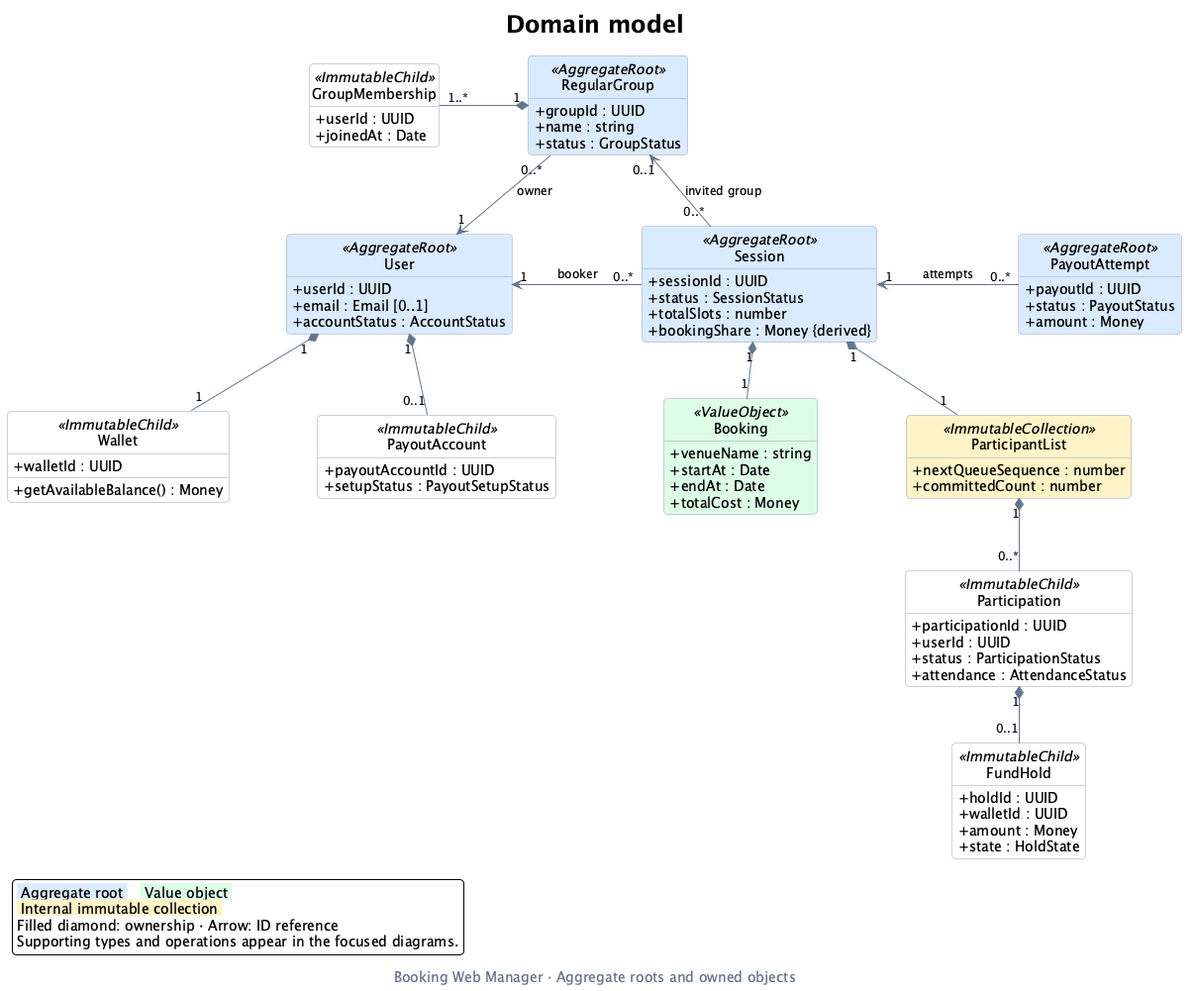
rbrishi15/booking-web-manager keeps this PlantUML diagram as docs/assets/domain-class-diagram.png. Above is the earlier version.
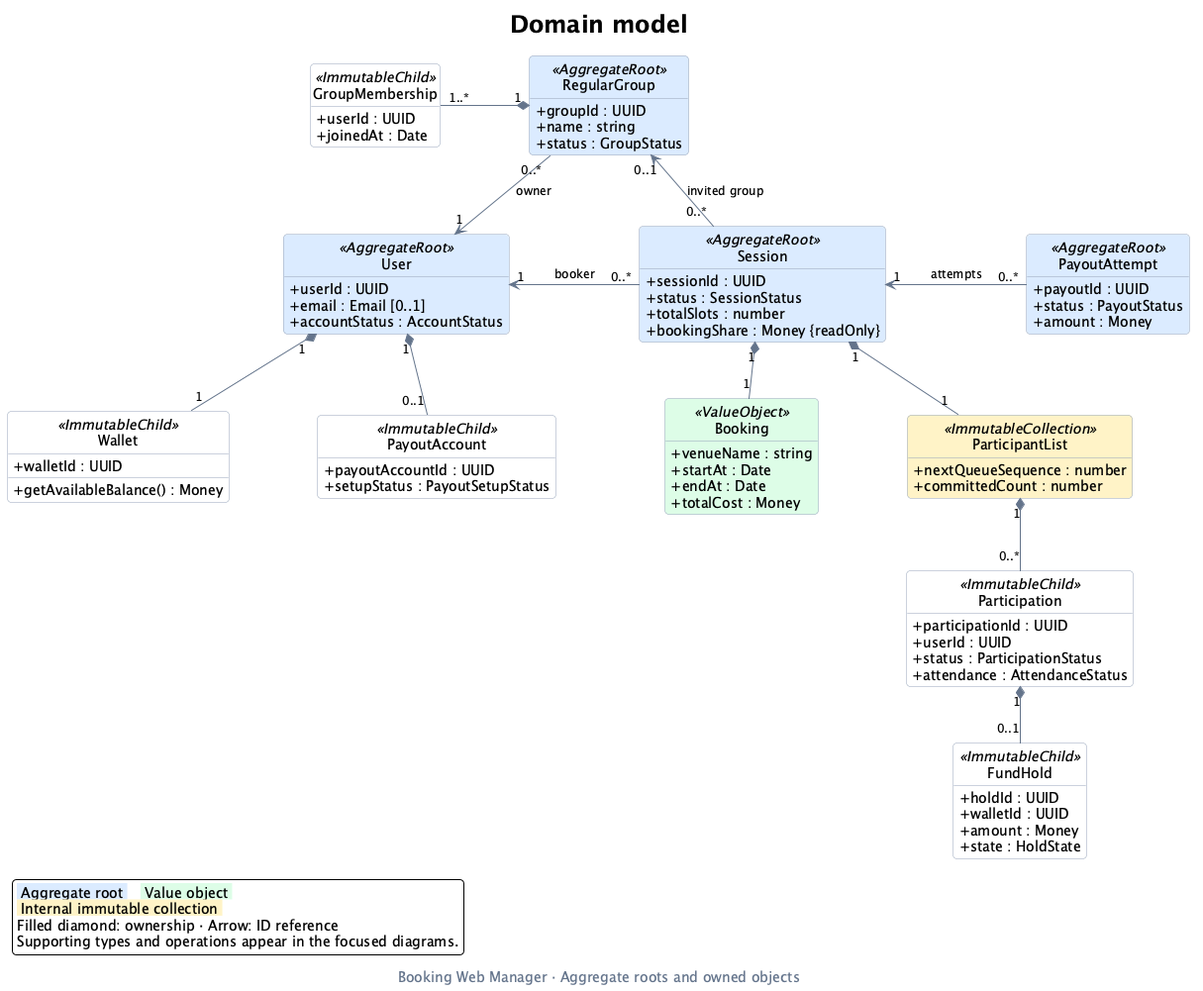
Later version of the same file.

Change to the diagram source:
```diff
@@ -38,7 +38,7 @@
   +sessionId : UUID
   +status : SessionStatus
   +totalSlots : number
-  +bookingShare : Money {derived}
+  +bookingShare : Money {readOnly}
 }
 class PayoutAttempt <<AggregateRoot>> {
   +payoutId : UUID
```
